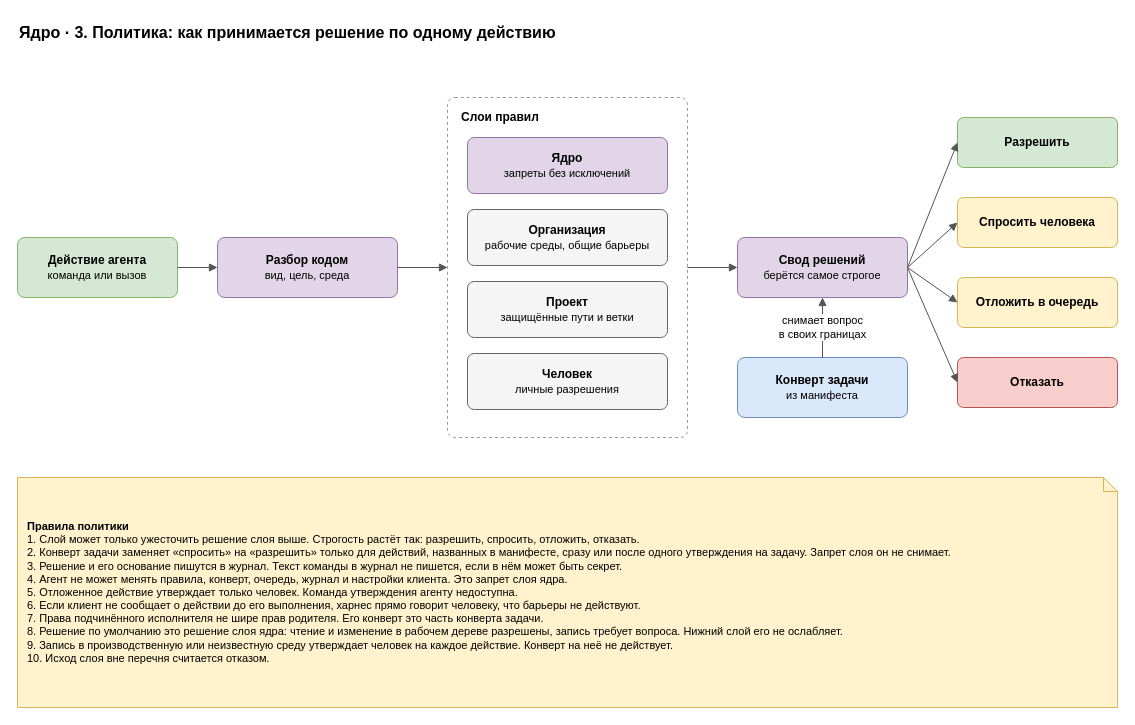
Above: page "3. Решение политики" (3 of 7) of docs/spec/harness-core.drawio in roygkov/reins (draw.io), before the change. Source tidied: cells renumbered, new cells numbered last; positions are measured from the earlier drawing's top-left corner, leaving out a move shared by most shapes. Both pictures are drawn from the tidied source at 100%, with x=0, y=0 at pixel (17, 17).
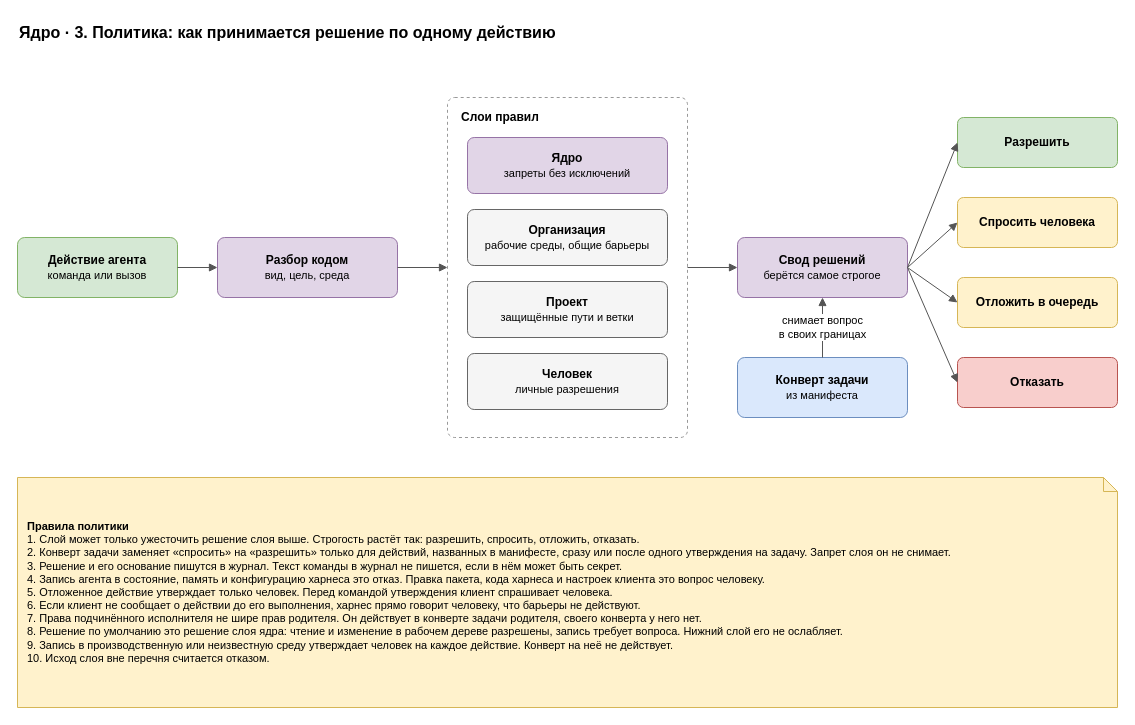
After the change.

Diff of the diagram source:
```diff
@@
-    <mxCell id="24" value="&lt;b&gt;Правила политики&lt;/b&gt;&lt;br&gt;1. Слой может только ужесточить решение слоя выше. Строгость растёт так: разрешить, спросить, отложить, отказать.&lt;br&gt;2. Конверт задачи заменяет «спросить» на «разрешить» только для действий, названных в манифесте, сразу или после одного утверждения на задачу. Запрет слоя он не снимает.&lt;br&gt;3. Решение и его основание пишутся в журнал. Текст команды в журнал не пишется, если в нём может быть секрет.&lt;br&gt;4. Агент не может менять правила, конверт, очередь, журнал и настройки клиента. Это запрет слоя ядра.&lt;br&gt;5. Отложенное действие утверждает только человек. Команда утверждения агенту недоступна.&lt;br&gt;6. Если клиент не сообщает о действии до его выполнения, харнес прямо говорит человеку, что барьеры не действуют.&lt;br&gt;7. Права подчинённого исполнителя не шире прав родителя. Его конверт это часть конверта задачи.&lt;br&gt;8. Решение по умолчанию это решение слоя ядра: чтение и изменение в рабочем дереве разрешены, запись требует вопроса. Нижний слой его не ослабляет.&lt;br&gt;9. Запись в производственную или неизвестную среду утверждает человек на каждое действие. Конверт на неё не действует.&lt;br&gt;10. Исход слоя вне перечня считается отказом." style="shape=note;whiteSpace=wrap;html=1;backgroundOutline=1;size=14;fillColor=#fff2cc;strokeColor=#d6b656;align=left;spacingLeft=8;spacingRight=8;fontSize=11;" parent="1" vertex="1">
+    <mxCell id="24" value="&lt;b&gt;Правила политики&lt;/b&gt;&lt;br&gt;1. Слой может только ужесточить решение слоя выше. Строгость растёт так: разрешить, спросить, отложить, отказать.&lt;br&gt;2. Конверт задачи заменяет «спросить» на «разрешить» только для действий, названных в манифесте, сразу или после одного утверждения на задачу. Запрет слоя он не снимает.&lt;br&gt;3. Решение и его основание пишутся в журнал. Текст команды в журнал не пишется, если в нём может быть секрет.&lt;br&gt;4. Запись агента в состояние, память и конфигурацию харнеса это отказ. Правка пакета, кода харнеса и настроек клиента это вопрос человеку.&lt;br&gt;5. Отложенное действие утверждает только человек. Перед командой утверждения клиент спрашивает человека.&lt;br&gt;6. Если клиент не сообщает о действии до его выполнения, харнес прямо говорит человеку, что барьеры не действуют.&lt;br&gt;7. Права подчинённого исполнителя не шире прав родителя. Он действует в конверте задачи родителя, своего конверта у него нет.&lt;br&gt;8. Решение по умолчанию это решение слоя ядра: чтение и изменение в рабочем дереве разрешены, запись требует вопроса. Нижний слой его не ослабляет.&lt;br&gt;9. Запись в производственную или неизвестную среду утверждает человек на каждое действие. Конверт на неё не действует.&lt;br&gt;10. Исход слоя вне перечня считается отказом." style="shape=note;whiteSpace=wrap;html=1;backgroundOutline=1;size=14;fillColor=#fff2cc;strokeColor=#d6b656;align=left;spacingLeft=8;spacingRight=8;fontSize=11;" parent="1" vertex="1">
       <mxGeometry y="460" width="1100" height="230" as="geometry" />
     </mxCell>
```
